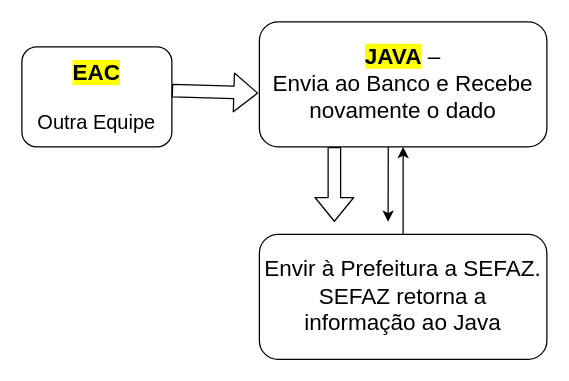
cferrugem/drawio keeps this draw.io diagram as fluxuograma_completo.drawio. Above is the earlier version. Source tidied: cells renumbered, new cells numbered last; positions are measured from the earlier drawing's top-left corner, leaving out a move shared by most shapes. Both pictures are drawn from the tidied source at 125%, with x=0, y=0 at pixel (21, 21).
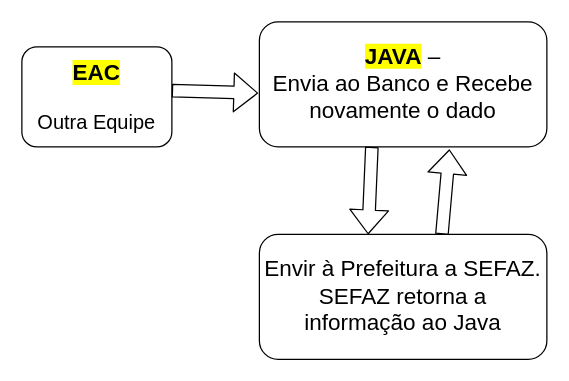
After the change.

Change to the diagram source:
```diff
@@
 <mxGraphModel>
   <root>
     <mxCell id="0" />
     <mxCell id="1" parent="0" />
     <mxCell id="2" value="&lt;font style=&quot;font-size: 18px;&quot;&gt;&lt;span style=&quot;font-family: Aptos; font-weight: 700; background-color: rgb(255, 255, 0);&quot;&gt;EAC&lt;/span&gt;&lt;br&gt;&lt;/font&gt;&lt;div&gt;&lt;font size=&quot;3&quot;&gt;&lt;br&gt;&lt;/font&gt;&lt;div&gt;&lt;font size=&quot;3&quot;&gt;Outra Equipe&lt;/font&gt;&lt;/div&gt;&lt;/div&gt;" style="rounded=1;whiteSpace=wrap;html=1;" parent="1" vertex="1">
       <mxGeometry y="20" width="120" height="80" as="geometry" />
     </mxCell>
     <mxCell id="3" value="&lt;p style=&quot;language:pt-BR;margin-top:0pt;margin-bottom:0pt;margin-left:0in;&lt;br/&gt;text-align:left;direction:ltr;unicode-bidi:embed;mso-line-break-override:none;&lt;br/&gt;word-break:normal;punctuation-wrap:hanging&quot;&gt;&lt;font style=&quot;font-size: 18px;&quot;&gt;&lt;span style=&quot;font-family: Aptos; background: yellow; font-weight: bold;&quot;&gt;JAVA&lt;/span&gt;&lt;span style=&quot;font-family: Aptos;&quot;&gt; –&lt;br&gt;Envia ao Banco e Recebe novamente o dado&lt;/span&gt;&lt;/font&gt;&lt;/p&gt;" style="rounded=1;whiteSpace=wrap;html=1;" parent="1" vertex="1">
       <mxGeometry x="190" width="230" height="100" as="geometry" />
     </mxCell>
-    <mxCell id="4" style="edgeStyle=orthogonalEdgeStyle;rounded=1;jettySize=auto;html=1;" parent="1" edge="1" source="5" target="3">
-      <mxGeometry relative="1" as="geometry" />
-    </mxCell>
     <mxCell id="5" value="&lt;p style=&quot;language:pt-BR;margin-top:0pt;margin-bottom:0pt;margin-left:0in;&lt;br/&gt;text-align:left;direction:ltr;unicode-bidi:embed;mso-line-break-override:none;&lt;br/&gt;word-break:normal;punctuation-wrap:hanging&quot;&gt;&lt;font style=&quot;font-size: 18px;&quot; face=&quot;Aptos&quot;&gt;Envir à Prefeitura a SEFAZ. SEFAZ retorna a informação ao Java&lt;/font&gt;&lt;/p&gt;" style="rounded=1;whiteSpace=wrap;html=1;" parent="1" vertex="1">
       <mxGeometry x="190" y="170" width="230" height="100" as="geometry" />
     </mxCell>
-    <mxCell id="6" style="endArrow=classic;html=1;rounded=1;" parent="1" edge="1">
-      <mxGeometry relative="1" as="geometry">
-        <mxPoint x="293.1" y="100" as="sourcePoint" />
-        <mxPoint x="293" y="160" as="targetPoint" />
-      </mxGeometry>
-    </mxCell>
     <mxCell id="7" style="shape=flexArrow;endArrow=classic;html=1;rounded=1;entryX=-0.004;entryY=0.57;entryDx=0;entryDy=0;entryPerimeter=0;" parent="1" edge="1" target="3">
       <mxGeometry relative="1" as="geometry">
         <mxPoint x="120" y="55" as="sourcePoint" />
       </mxGeometry>
     </mxCell>
     <mxCell id="8" style="shape=flexArrow;endArrow=classic;html=1;rounded=1;" parent="1" edge="1">
       <mxGeometry relative="1" as="geometry">
-        <mxPoint x="250" y="100" as="sourcePoint" />
-        <mxPoint x="250" y="160" as="targetPoint" />
+        <mxPoint x="280" y="100" as="sourcePoint" />
+        <mxPoint x="277" y="170" as="targetPoint" />
       </mxGeometry>
     </mxCell>
+    <mxCell id="4" style="shape=flexArrow;endArrow=classic;html=1;rounded=1;entryX=0.661;entryY=1.02;entryDx=0;entryDy=0;entryPerimeter=0;exitX=0.635;exitY=0;exitDx=0;exitDy=0;exitPerimeter=0;" parent="1" edge="1" source="5" target="3">
+      <mxGeometry relative="1" as="geometry" />
+    </mxCell>
   </root>
 </mxGraphModel>
```
